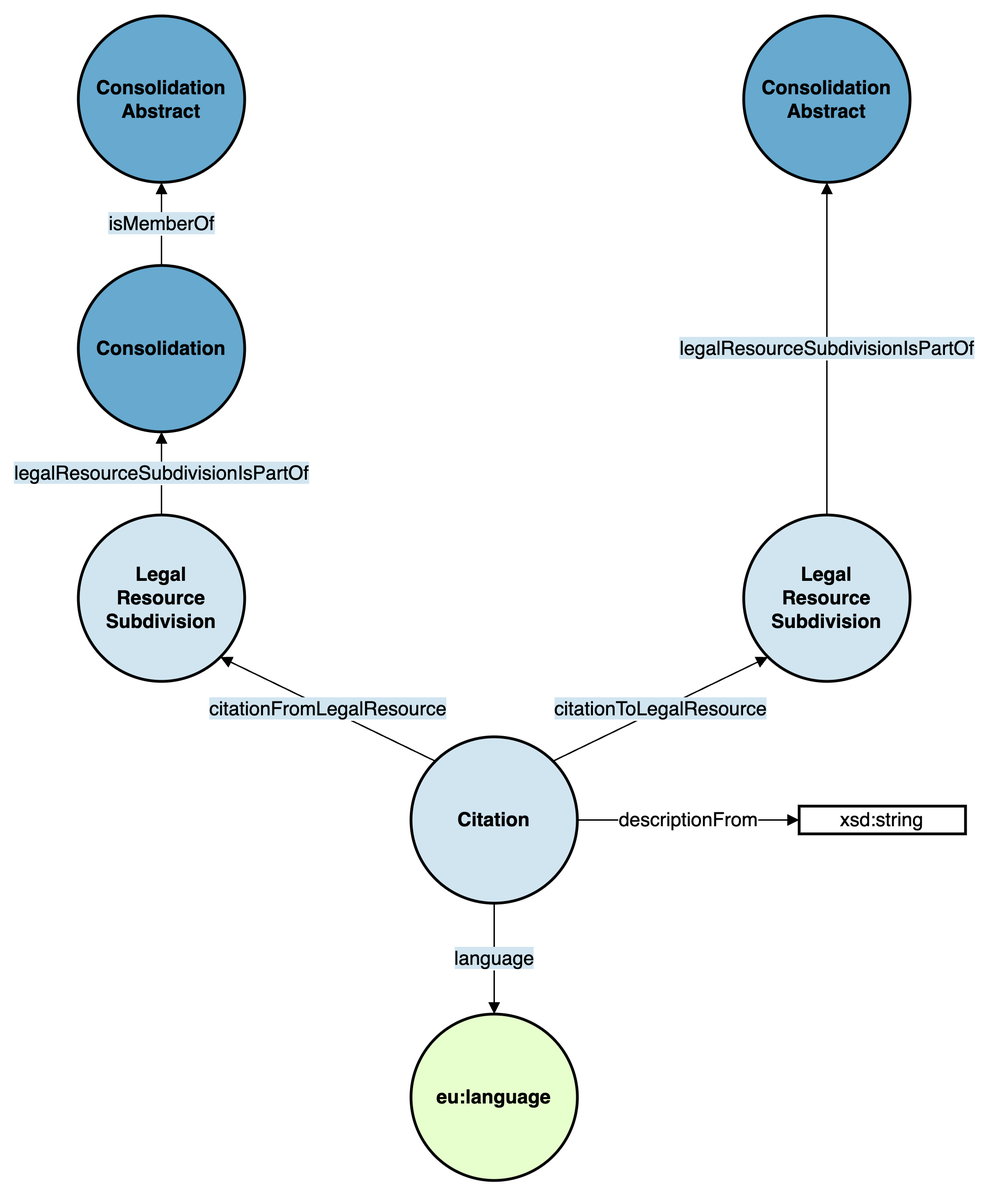
Earlier version of the draw.io export doc/img/citation.png (swiss/fedlex-jolux). Source tidied: cells renumbered, new cells last; positions are measured from the earlier drawing's top-left corner, leaving out a move shared by most shapes.
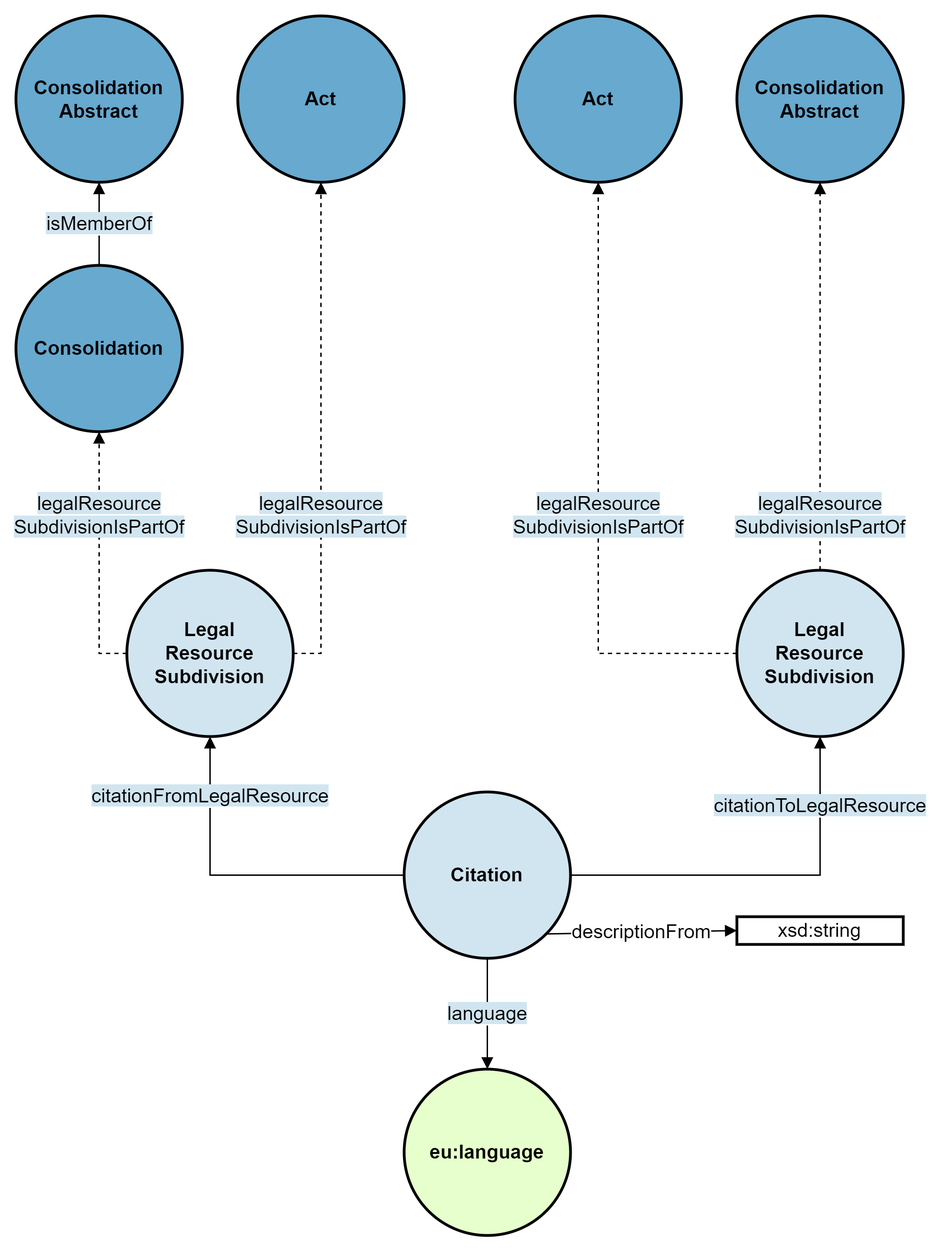
Later version of the same file.

Change to the diagram source:
```diff
@@ -3,43 +3,47 @@
     <mxCell id="0" />
     <mxCell id="1" parent="0" />
     <mxCell id="2" value="&lt;b&gt;Consolidation&lt;br&gt;&lt;/b&gt;" style="ellipse;whiteSpace=wrap;html=1;rounded=0;shadow=0;glass=0;comic=0;strokeColor=#000000;strokeWidth=2;fillColor=#67A9CF;gradientColor=none;fontSize=14;fontColor=#000000;align=center;" parent="1" vertex="1">
-      <mxGeometry y="180" width="120" height="120" as="geometry" />
+      <mxGeometry x="-40" y="140" width="120" height="120" as="geometry" />
     </mxCell>
     <mxCell id="3" value="&lt;b&gt;Citation&lt;/b&gt;" style="ellipse;whiteSpace=wrap;html=1;rounded=0;shadow=0;glass=0;comic=0;strokeColor=#000000;strokeWidth=2;fillColor=#D1E5F0;gradientColor=none;fontSize=14;fontColor=#000000;align=center;" parent="1" vertex="1">
       <mxGeometry x="240" y="520" width="120" height="120" as="geometry" />
     </mxCell>
     <mxCell id="4" value="&lt;b&gt;Legal&lt;br&gt;Resource&lt;br&gt;Subdivision&lt;/b&gt;" style="ellipse;whiteSpace=wrap;html=1;rounded=0;shadow=0;glass=0;comic=0;strokeColor=#000000;strokeWidth=2;fillColor=#D1E5F0;gradientColor=none;fontSize=14;fontColor=#000000;align=center;" parent="1" vertex="1">
-      <mxGeometry y="360" width="120" height="120" as="geometry" />
+      <mxGeometry x="40" y="360" width="120" height="120" as="geometry" />
     </mxCell>
     <mxCell id="5" value="&lt;b&gt;Consolidation&lt;br&gt;Abstract&lt;br&gt;&lt;/b&gt;" style="ellipse;whiteSpace=wrap;html=1;rounded=0;shadow=0;glass=0;comic=0;strokeColor=#000000;strokeWidth=2;fillColor=#67A9CF;gradientColor=none;fontSize=14;fontColor=#000000;align=center;" parent="1" vertex="1">
-      <mxGeometry x="480" width="120" height="120" as="geometry" />
+      <mxGeometry x="480" y="-40" width="120" height="120" as="geometry" />
     </mxCell>
     <mxCell id="6" value="&lt;b&gt;Legal&lt;br&gt;Resource&lt;br&gt;Subdivision&lt;/b&gt;" style="ellipse;whiteSpace=wrap;html=1;rounded=0;shadow=0;glass=0;comic=0;strokeColor=#000000;strokeWidth=2;fillColor=#D1E5F0;gradientColor=none;fontSize=14;fontColor=#000000;align=center;" parent="1" vertex="1">
       <mxGeometry x="480" y="360" width="120" height="120" as="geometry" />
     </mxCell>
-    <mxCell id="7" value="&lt;span style=&quot;background-color: rgb(209, 229, 240);&quot;&gt;citationFromLegalResource&lt;/span&gt;" style="endArrow=block;html=1;strokeColor=#000000;fontSize=14;fontColor=#000000;endFill=1;entryX=1;entryY=1;entryDx=0;entryDy=0;exitX=0;exitY=0;exitDx=0;exitDy=0;" parent="1" edge="1" source="3" target="4">
-      <mxGeometry relative="1" as="geometry" />
+    <mxCell id="7" value="&lt;span style=&quot;background-color: rgb(209, 229, 240);&quot;&gt;citationFromLegalResource&lt;/span&gt;" style="endArrow=block;html=1;strokeColor=#000000;fontSize=14;fontColor=#000000;endFill=1;entryX=0.5;entryY=1;entryDx=0;entryDy=0;exitX=0;exitY=0.5;exitDx=0;exitDy=0;edgeStyle=orthogonalEdgeStyle;rounded=0;curved=0;" parent="1" edge="1" source="3" target="4">
+      <mxGeometry x="0.64" relative="1" as="geometry" />
     </mxCell>
-    <mxCell id="8" value="&lt;span style=&quot;background-color: rgb(209, 229, 240);&quot;&gt;citationToLegalResource&lt;/span&gt;" style="endArrow=block;html=1;strokeColor=#000000;fontSize=14;fontColor=#000000;endFill=1;entryX=0;entryY=1;entryDx=0;entryDy=0;exitX=1;exitY=0;exitDx=0;exitDy=0;" parent="1" edge="1" source="3" target="6">
-      <mxGeometry relative="1" as="geometry" />
+    <mxCell id="8" value="&lt;span style=&quot;background-color: rgb(209, 229, 240);&quot;&gt;citationToLegalResource&lt;/span&gt;" style="endArrow=block;html=1;strokeColor=#000000;fontSize=14;fontColor=#000000;endFill=1;entryX=0.5;entryY=1;entryDx=0;entryDy=0;exitX=1;exitY=0.5;exitDx=0;exitDy=0;rounded=0;edgeStyle=orthogonalEdgeStyle;" parent="1" edge="1" source="3" target="6">
+      <mxGeometry x="0.64" relative="1" as="geometry" />
     </mxCell>
-    <mxCell id="9" value="&lt;span style=&quot;background-color: rgb(209, 229, 240);&quot;&gt;legalResourceSubdivisionIsPartOf&lt;/span&gt;" style="endArrow=block;html=1;strokeColor=#000000;fontSize=14;fontColor=#000000;endFill=1;entryX=0.5;entryY=1;entryDx=0;entryDy=0;exitX=0.5;exitY=0;exitDx=0;exitDy=0;" parent="1" edge="1" source="4" target="2">
-      <mxGeometry relative="1" as="geometry" />
+    <mxCell id="9" value="&lt;span style=&quot;background-color: rgb(209, 229, 240);&quot;&gt;legalResource&lt;/span&gt;&lt;div&gt;&lt;span style=&quot;background-color: rgb(209, 229, 240);&quot;&gt;SubdivisionIsPartOf&lt;/span&gt;&lt;/div&gt;" style="endArrow=block;html=1;strokeColor=#000000;fontSize=14;fontColor=#000000;endFill=1;entryX=0.5;entryY=1;entryDx=0;entryDy=0;exitX=0;exitY=0.5;exitDx=0;exitDy=0;edgeStyle=orthogonalEdgeStyle;rounded=0;curved=0;dashed=1;" parent="1" edge="1" source="4" target="2">
+      <mxGeometry x="0.33" relative="1" as="geometry">
+        <Array as="points">
+          <mxPoint x="20" y="420" />
+        </Array>
+      </mxGeometry>
     </mxCell>
-    <mxCell id="10" value="&lt;span style=&quot;background-color: rgb(209, 229, 240);&quot;&gt;legalResourceSubdivisionIsPartOf&lt;/span&gt;" style="endArrow=block;html=1;strokeColor=#000000;fontSize=14;fontColor=#000000;endFill=1;entryX=0.5;entryY=1;entryDx=0;entryDy=0;exitX=0.5;exitY=0;exitDx=0;exitDy=0;" parent="1" edge="1" source="6" target="5">
-      <mxGeometry relative="1" as="geometry" />
+    <mxCell id="10" value="&lt;span style=&quot;background-color: rgb(209, 229, 240);&quot;&gt;legalResource&lt;/span&gt;&lt;div&gt;&lt;span style=&quot;background-color: rgb(209, 229, 240);&quot;&gt;SubdivisionIsPartOf&lt;/span&gt;&lt;/div&gt;" style="endArrow=block;html=1;strokeColor=#000000;fontSize=14;fontColor=#000000;endFill=1;entryX=0.5;entryY=1;entryDx=0;entryDy=0;exitX=0.5;exitY=0;exitDx=0;exitDy=0;dashed=1;" parent="1" edge="1" source="6" target="5">
+      <mxGeometry x="-0.71" relative="1" as="geometry" />
     </mxCell>
     <mxCell id="11" value="&lt;b&gt;Consolidation&lt;br&gt;Abstract&lt;br&gt;&lt;/b&gt;" style="ellipse;whiteSpace=wrap;html=1;rounded=0;shadow=0;glass=0;comic=0;strokeColor=#000000;strokeWidth=2;fillColor=#67A9CF;gradientColor=none;fontSize=14;fontColor=#000000;align=center;" parent="1" vertex="1">
-      <mxGeometry width="120" height="120" as="geometry" />
+      <mxGeometry x="-40" y="-40" width="120" height="120" as="geometry" />
     </mxCell>
     <mxCell id="12" value="&lt;span style=&quot;background-color: rgb(209, 229, 240);&quot;&gt;isMemberOf&lt;/span&gt;" style="endArrow=block;html=1;strokeColor=#000000;fontSize=14;fontColor=#000000;endFill=1;entryX=0.5;entryY=1;entryDx=0;entryDy=0;exitX=0.5;exitY=0;exitDx=0;exitDy=0;" parent="1" edge="1" source="2" target="11">
       <mxGeometry relative="1" as="geometry" />
     </mxCell>
-    <mxCell id="13" value="descriptionFrom" style="endArrow=block;html=1;strokeColor=#000000;fontSize=14;fontColor=#000000;endFill=1;exitX=1;exitY=0.5;exitDx=0;exitDy=0;entryX=0;entryY=0.5;entryDx=0;entryDy=0;" parent="1" edge="1" source="3" target="14">
+    <mxCell id="13" value="descriptionFrom" style="endArrow=block;html=1;strokeColor=#000000;fontSize=14;fontColor=#000000;endFill=1;exitX=1;exitY=1;exitDx=0;exitDy=0;entryX=0;entryY=0.5;entryDx=0;entryDy=0;" parent="1" edge="1" source="3" target="14">
       <mxGeometry relative="1" as="geometry" />
     </mxCell>
     <mxCell id="14" value="xsd:string" style="whiteSpace=wrap;html=1;rounded=0;shadow=0;glass=0;comic=0;strokeColor=#000000;strokeWidth=2;fillColor=#FFFFFF;gradientColor=none;fontSize=14;fontColor=#000000;align=center;" parent="1" vertex="1">
-      <mxGeometry x="520" y="570" width="120" height="20" as="geometry" />
+      <mxGeometry x="480" y="610" width="120" height="20" as="geometry" />
     </mxCell>
     <mxCell id="15" value="&lt;b&gt;eu:language&lt;/b&gt;" style="ellipse;whiteSpace=wrap;html=1;rounded=0;shadow=0;glass=0;comic=0;strokeColor=#000000;strokeWidth=2;fillColor=#E6FFCC;gradientColor=none;fontSize=14;fontColor=#000000;align=center;" parent="1" vertex="1">
       <mxGeometry x="240" y="720" width="120" height="120" as="geometry" />
@@ -47,5 +51,17 @@
     <mxCell id="16" value="&lt;span style=&quot;background-color: rgb(209, 229, 240);&quot;&gt;language&lt;/span&gt;" style="endArrow=block;html=1;strokeColor=#000000;fontSize=14;fontColor=#000000;endFill=1;entryX=0.5;entryY=0;entryDx=0;entryDy=0;exitX=0.5;exitY=1;exitDx=0;exitDy=0;" parent="1" edge="1" source="3" target="15">
       <mxGeometry relative="1" as="geometry" />
     </mxCell>
+    <mxCell id="17" value="&lt;b&gt;Act&lt;/b&gt;" style="ellipse;whiteSpace=wrap;html=1;rounded=0;shadow=0;glass=0;comic=0;strokeColor=#000000;strokeWidth=2;fillColor=#67A9CF;gradientColor=none;fontSize=14;fontColor=#000000;align=center;" parent="1" vertex="1">
+      <mxGeometry x="120" y="-40" width="120" height="120" as="geometry" />
+    </mxCell>
+    <mxCell id="18" value="&lt;b&gt;Act&lt;/b&gt;" style="ellipse;whiteSpace=wrap;html=1;rounded=0;shadow=0;glass=0;comic=0;strokeColor=#000000;strokeWidth=2;fillColor=#67A9CF;gradientColor=none;fontSize=14;fontColor=#000000;align=center;" parent="1" vertex="1">
+      <mxGeometry x="320" y="-40" width="120" height="120" as="geometry" />
+    </mxCell>
+    <mxCell id="19" value="&lt;span style=&quot;background-color: rgb(209, 229, 240);&quot;&gt;legalResource&lt;/span&gt;&lt;div&gt;&lt;span style=&quot;background-color: rgb(209, 229, 240);&quot;&gt;SubdivisionIsPartOf&lt;/span&gt;&lt;/div&gt;" style="endArrow=block;html=1;strokeColor=#000000;fontSize=14;fontColor=#000000;endFill=1;entryX=0.5;entryY=1;entryDx=0;entryDy=0;edgeStyle=orthogonalEdgeStyle;rounded=0;curved=0;exitX=1;exitY=0.5;exitDx=0;exitDy=0;dashed=1;" parent="1" edge="1" source="4" target="17">
+      <mxGeometry x="-0.33" relative="1" as="geometry" />
+    </mxCell>
+    <mxCell id="20" value="&lt;span style=&quot;background-color: rgb(209, 229, 240);&quot;&gt;legalResource&lt;/span&gt;&lt;div&gt;&lt;span style=&quot;background-color: rgb(209, 229, 240);&quot;&gt;SubdivisionIsPartOf&lt;/span&gt;&lt;/div&gt;" style="endArrow=block;html=1;strokeColor=#000000;fontSize=14;fontColor=#000000;endFill=1;entryX=0.5;entryY=1;entryDx=0;entryDy=0;exitX=0;exitY=0.5;exitDx=0;exitDy=0;edgeStyle=orthogonalEdgeStyle;rounded=0;curved=0;dashed=1;" parent="1" edge="1" source="6" target="18">
+      <mxGeometry x="-0.09" relative="1" as="geometry" />
+    </mxCell>
   </root>
 </mxGraphModel>
```
